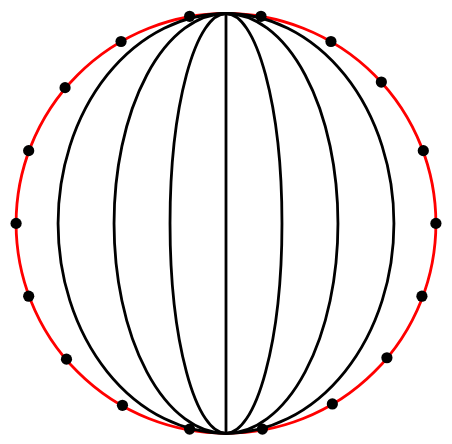
This is Figures/TechnicalAnalysis/samplePoint.drawio.svg from Mikkelnn/ESD5-Project, a draw.io export, as it was before one commit. Source tidied: cells renumbered, new cells last; positions are measured from the earlier drawing's top-left corner, leaving out a move shared by most shapes.
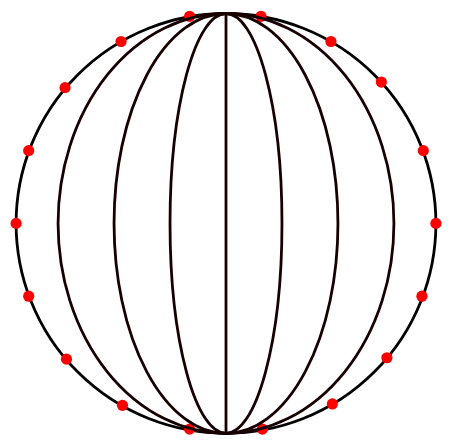
Above is the later version.

What changed in the source:
```diff
@@ -2,78 +2,78 @@
   <root>
     <mxCell id="0" />
     <mxCell id="1" parent="0" />
-    <mxCell id="2" style="ellipse;whiteSpace=wrap;html=1;fillColor=none;strokeWidth=2;strokeColor=#FF0000;" parent="1" vertex="1">
+    <mxCell id="2" style="ellipse;whiteSpace=wrap;html=1;fillColor=none;strokeWidth=2;strokeColor=#000000;" parent="1" vertex="1">
       <mxGeometry x="10" y="8" width="300" height="300" as="geometry" />
     </mxCell>
-    <mxCell id="3" style="endArrow=none;html=1;rounded=0;entryX=0.5;entryY=0;entryDx=0;entryDy=0;exitDx=0;exitDy=0;strokeColor=#000000;" parent="1" edge="1" target="24">
+    <mxCell id="3" style="endArrow=none;html=1;rounded=0;entryX=0.5;entryY=0;entryDx=0;entryDy=0;exitDx=0;exitDy=0;strokeColor=#FF0000;" parent="1" edge="1" target="24">
       <mxGeometry relative="1" as="geometry">
         <mxPoint x="159" y="8" as="sourcePoint" />
       </mxGeometry>
     </mxCell>
-    <mxCell id="4" style="shape=waypoint;sketch=0;fillStyle=solid;size=6;fillColor=none;perimeter=centerPerimeter;strokeWidth=2;strokeColor=#000000;" parent="1" vertex="1">
+    <mxCell id="4" style="shape=waypoint;sketch=0;fillStyle=solid;size=6;fillColor=none;perimeter=centerPerimeter;strokeWidth=2;strokeColor=#FF0000;" parent="1" vertex="1">
       <mxGeometry x="35" y="51" width="20" height="20" as="geometry" />
     </mxCell>
-    <mxCell id="5" style="shape=waypoint;sketch=0;fillStyle=solid;size=6;fillColor=none;perimeter=centerPerimeter;strokeWidth=2;strokeColor=#000000;" parent="1" vertex="1">
+    <mxCell id="5" style="shape=waypoint;sketch=0;fillStyle=solid;size=6;fillColor=none;perimeter=centerPerimeter;strokeWidth=2;strokeColor=#FF0000;" parent="1" vertex="1">
       <mxGeometry x="261" y="47" width="20" height="20" as="geometry" />
     </mxCell>
-    <mxCell id="6" style="shape=waypoint;sketch=0;fillStyle=solid;size=6;fillColor=none;perimeter=centerPerimeter;strokeWidth=2;strokeColor=#000000;" parent="1" vertex="1">
+    <mxCell id="6" style="shape=waypoint;sketch=0;fillStyle=solid;size=6;fillColor=none;perimeter=centerPerimeter;strokeWidth=2;strokeColor=#FF0000;" parent="1" vertex="1">
       <mxGeometry y="148" width="20" height="20" as="geometry" />
     </mxCell>
-    <mxCell id="7" style="shape=waypoint;sketch=0;fillStyle=solid;size=6;fillColor=none;perimeter=centerPerimeter;strokeWidth=2;strokeColor=#000000;" parent="1" vertex="1">
+    <mxCell id="7" style="shape=waypoint;sketch=0;fillStyle=solid;size=6;fillColor=none;perimeter=centerPerimeter;strokeWidth=2;strokeColor=#FF0000;" parent="1" vertex="1">
       <mxGeometry x="300" y="148" width="20" height="20" as="geometry" />
     </mxCell>
-    <mxCell id="8" style="shape=waypoint;sketch=0;fillStyle=solid;size=6;fillColor=none;perimeter=centerPerimeter;strokeWidth=2;strokeColor=#000000;" parent="1" vertex="1">
+    <mxCell id="8" style="shape=waypoint;sketch=0;fillStyle=solid;size=6;fillColor=none;perimeter=centerPerimeter;strokeWidth=2;strokeColor=#FF0000;" parent="1" vertex="1">
       <mxGeometry x="75" y="18" width="20" height="20" as="geometry" />
     </mxCell>
-    <mxCell id="9" style="shape=waypoint;sketch=0;fillStyle=solid;size=6;fillColor=none;perimeter=centerPerimeter;strokeWidth=2;strokeColor=#000000;" parent="1" vertex="1">
+    <mxCell id="9" style="shape=waypoint;sketch=0;fillStyle=solid;size=6;fillColor=none;perimeter=centerPerimeter;strokeWidth=2;strokeColor=#FF0000;" parent="1" vertex="1">
       <mxGeometry x="9" y="96" width="20" height="20" as="geometry" />
     </mxCell>
-    <mxCell id="10" style="shape=waypoint;sketch=0;fillStyle=solid;size=6;fillColor=none;perimeter=centerPerimeter;strokeWidth=2;strokeColor=#000000;" parent="1" vertex="1">
+    <mxCell id="10" style="shape=waypoint;sketch=0;fillStyle=solid;size=6;fillColor=none;perimeter=centerPerimeter;strokeWidth=2;strokeColor=#FF0000;" parent="1" vertex="1">
       <mxGeometry x="124" width="20" height="20" as="geometry" />
     </mxCell>
-    <mxCell id="11" style="shape=waypoint;sketch=0;fillStyle=solid;size=6;fillColor=none;perimeter=centerPerimeter;strokeWidth=2;strokeColor=#000000;" parent="1" vertex="1">
+    <mxCell id="11" style="shape=waypoint;sketch=0;fillStyle=solid;size=6;fillColor=none;perimeter=centerPerimeter;strokeWidth=2;strokeColor=#FF0000;" parent="1" vertex="1">
       <mxGeometry x="225" y="18" width="20" height="20" as="geometry" />
     </mxCell>
-    <mxCell id="12" style="shape=waypoint;sketch=0;fillStyle=solid;size=6;fillColor=none;perimeter=centerPerimeter;strokeWidth=2;strokeColor=#000000;" parent="1" vertex="1">
+    <mxCell id="12" style="shape=waypoint;sketch=0;fillStyle=solid;size=6;fillColor=none;perimeter=centerPerimeter;strokeWidth=2;strokeColor=#FF0000;" parent="1" vertex="1">
       <mxGeometry x="175" width="20" height="20" as="geometry" />
     </mxCell>
-    <mxCell id="13" style="shape=waypoint;sketch=0;fillStyle=solid;size=6;fillColor=none;perimeter=centerPerimeter;strokeWidth=2;strokeColor=#000000;" parent="1" vertex="1">
+    <mxCell id="13" style="shape=waypoint;sketch=0;fillStyle=solid;size=6;fillColor=none;perimeter=centerPerimeter;strokeWidth=2;strokeColor=#FF0000;" parent="1" vertex="1">
       <mxGeometry x="291" y="96" width="20" height="20" as="geometry" />
     </mxCell>
-    <mxCell id="14" style="shape=waypoint;sketch=0;fillStyle=solid;size=6;fillColor=none;perimeter=centerPerimeter;strokeWidth=2;strokeColor=#000000;" parent="1" vertex="1">
+    <mxCell id="14" style="shape=waypoint;sketch=0;fillStyle=solid;size=6;fillColor=none;perimeter=centerPerimeter;strokeWidth=2;strokeColor=#FF0000;" parent="1" vertex="1">
       <mxGeometry x="9" y="200" width="20" height="20" as="geometry" />
     </mxCell>
-    <mxCell id="15" style="shape=waypoint;sketch=0;fillStyle=solid;size=6;fillColor=none;perimeter=centerPerimeter;strokeWidth=2;strokeColor=#000000;" parent="1" vertex="1">
+    <mxCell id="15" style="shape=waypoint;sketch=0;fillStyle=solid;size=6;fillColor=none;perimeter=centerPerimeter;strokeWidth=2;strokeColor=#FF0000;" parent="1" vertex="1">
       <mxGeometry x="36" y="245" width="20" height="20" as="geometry" />
     </mxCell>
-    <mxCell id="16" style="shape=waypoint;sketch=0;fillStyle=solid;size=6;fillColor=none;perimeter=centerPerimeter;strokeWidth=2;strokeColor=#000000;" parent="1" vertex="1">
+    <mxCell id="16" style="shape=waypoint;sketch=0;fillStyle=solid;size=6;fillColor=none;perimeter=centerPerimeter;strokeWidth=2;strokeColor=#FF0000;" parent="1" vertex="1">
       <mxGeometry x="76" y="278" width="20" height="20" as="geometry" />
     </mxCell>
-    <mxCell id="17" style="shape=waypoint;sketch=0;fillStyle=solid;size=6;fillColor=none;perimeter=centerPerimeter;strokeWidth=2;strokeColor=#000000;" parent="1" vertex="1">
+    <mxCell id="17" style="shape=waypoint;sketch=0;fillStyle=solid;size=6;fillColor=none;perimeter=centerPerimeter;strokeWidth=2;strokeColor=#FF0000;" parent="1" vertex="1">
       <mxGeometry x="124" y="295" width="20" height="20" as="geometry" />
     </mxCell>
-    <mxCell id="18" style="shape=waypoint;sketch=0;fillStyle=solid;size=6;fillColor=none;perimeter=centerPerimeter;strokeWidth=2;strokeColor=#000000;" parent="1" vertex="1">
+    <mxCell id="18" style="shape=waypoint;sketch=0;fillStyle=solid;size=6;fillColor=none;perimeter=centerPerimeter;strokeWidth=2;strokeColor=#FF0000;" parent="1" vertex="1">
       <mxGeometry x="176" y="295" width="20" height="20" as="geometry" />
     </mxCell>
-    <mxCell id="19" style="shape=waypoint;sketch=0;fillStyle=solid;size=6;fillColor=none;perimeter=centerPerimeter;strokeWidth=2;strokeColor=#000000;" parent="1" vertex="1">
+    <mxCell id="19" style="shape=waypoint;sketch=0;fillStyle=solid;size=6;fillColor=none;perimeter=centerPerimeter;strokeWidth=2;strokeColor=#FF0000;" parent="1" vertex="1">
       <mxGeometry x="226" y="277" width="20" height="20" as="geometry" />
     </mxCell>
-    <mxCell id="20" style="shape=waypoint;sketch=0;fillStyle=solid;size=6;fillColor=none;perimeter=centerPerimeter;strokeWidth=2;strokeColor=#000000;" parent="1" vertex="1">
+    <mxCell id="20" style="shape=waypoint;sketch=0;fillStyle=solid;size=6;fillColor=none;perimeter=centerPerimeter;strokeWidth=2;strokeColor=#FF0000;" parent="1" vertex="1">
       <mxGeometry x="265" y="244" width="20" height="20" as="geometry" />
     </mxCell>
-    <mxCell id="21" style="shape=waypoint;sketch=0;fillStyle=solid;size=6;fillColor=none;perimeter=centerPerimeter;strokeWidth=2;strokeColor=#000000;" parent="1" vertex="1">
+    <mxCell id="21" style="shape=waypoint;sketch=0;fillStyle=solid;size=6;fillColor=none;perimeter=centerPerimeter;strokeWidth=2;strokeColor=#FF0000;" parent="1" vertex="1">
       <mxGeometry x="290" y="200" width="20" height="20" as="geometry" />
     </mxCell>
-    <mxCell id="22" style="ellipse;whiteSpace=wrap;html=1;fillColor=none;strokeColor=#000000;strokeWidth=2;" parent="1" vertex="1">
+    <mxCell id="22" style="ellipse;whiteSpace=wrap;html=1;fillColor=none;strokeColor=#190000;strokeWidth=2;" parent="1" vertex="1">
       <mxGeometry x="40" y="8" width="240" height="300" as="geometry" />
     </mxCell>
-    <mxCell id="23" style="ellipse;whiteSpace=wrap;html=1;fillColor=none;strokeColor=#000000;strokeWidth=2;" parent="1" vertex="1">
+    <mxCell id="23" style="ellipse;whiteSpace=wrap;html=1;fillColor=none;strokeColor=#190000;strokeWidth=2;" parent="1" vertex="1">
       <mxGeometry x="80" y="8" width="160" height="300" as="geometry" />
     </mxCell>
-    <mxCell id="24" style="ellipse;whiteSpace=wrap;html=1;fillColor=none;strokeColor=#000000;strokeWidth=2;" parent="1" vertex="1">
+    <mxCell id="24" style="ellipse;whiteSpace=wrap;html=1;fillColor=none;strokeColor=#190000;strokeWidth=2;" parent="1" vertex="1">
       <mxGeometry x="120" y="8" width="80" height="300" as="geometry" />
     </mxCell>
-    <mxCell id="25" style="endArrow=none;html=1;rounded=0;entryX=0.5;entryY=0;entryDx=0;entryDy=0;exitX=0.5;exitY=1;exitDx=0;exitDy=0;strokeWidth=2;strokeColor=#000000;" parent="1" edge="1" source="24" target="24">
+    <mxCell id="25" style="endArrow=none;html=1;rounded=0;entryX=0.5;entryY=0;entryDx=0;entryDy=0;exitX=0.5;exitY=1;exitDx=0;exitDy=0;strokeWidth=2;strokeColor=#190000;" parent="1" edge="1" source="24" target="24">
       <mxGeometry relative="1" as="geometry" />
     </mxCell>
   </root>
```
